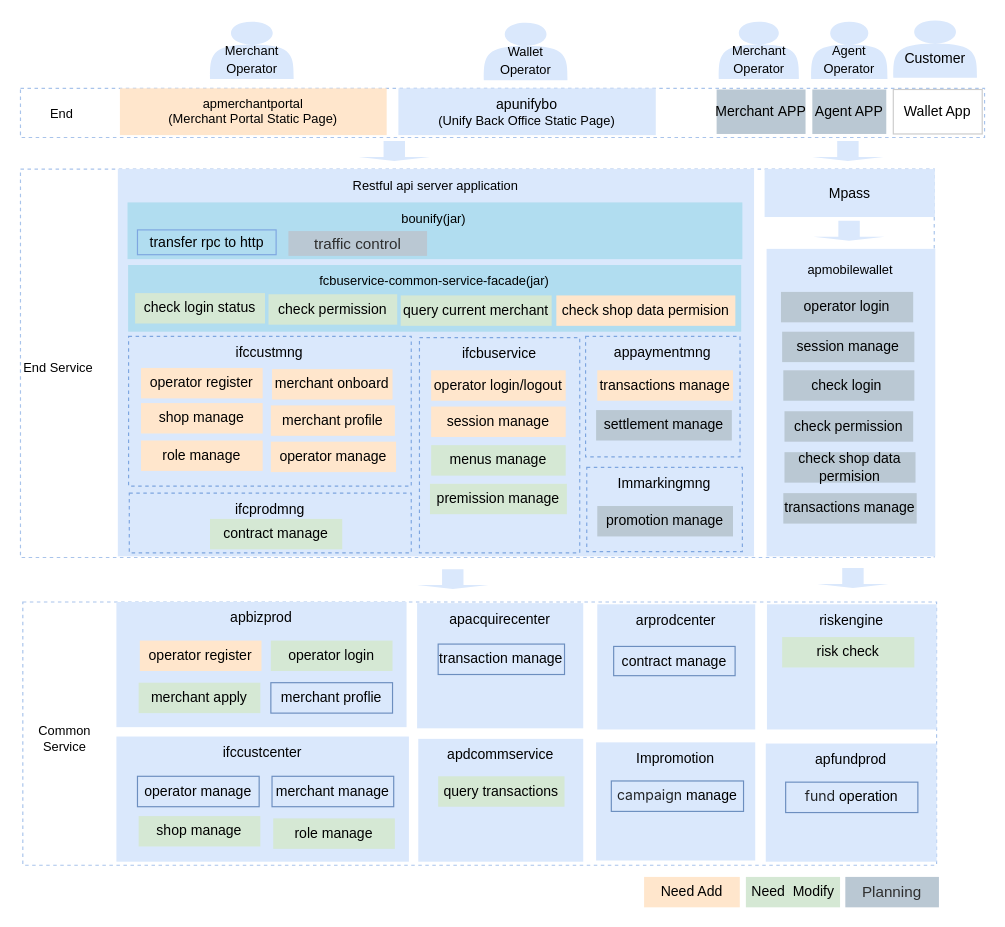
renqiuming/drawio keeps this draw.io diagram as page "架构图" (1 of 5) of Merchant portal.drawio. Above is the earlier version. Source tidied: cells renumbered, new cells numbered last; positions are measured from the earlier drawing's top-left corner, leaving out a move shared by most shapes. Both pictures are drawn from the tidied source at 117%, with x=0, y=0 at pixel (20, 20).
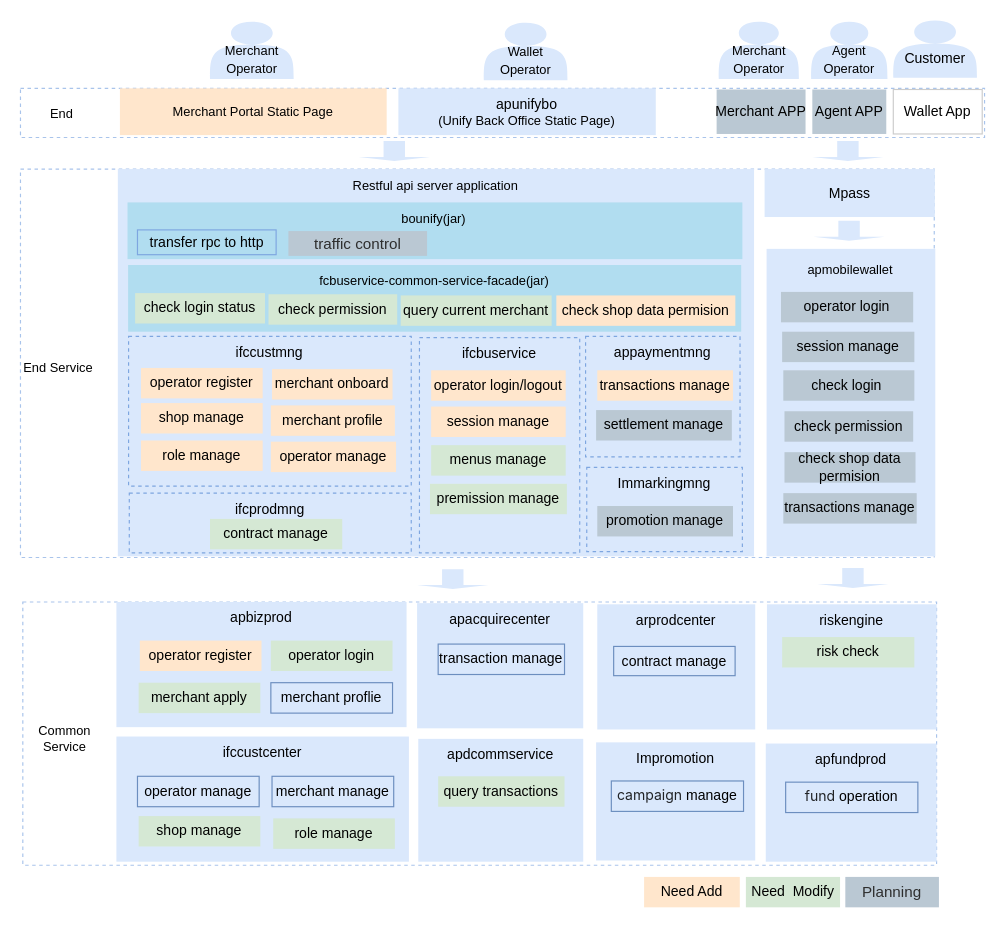
Above is the later version.

The edit, as a diff of the source:
```diff
@@
-    <mxCell id="13" value="&lt;div style=&quot;font-size: 11px;&quot;&gt;&lt;font style=&quot;font-size: 11px;&quot;&gt;apmerchantportal&lt;br style=&quot;font-size: 11px;&quot;&gt;&lt;/font&gt;&lt;/div&gt;&lt;div style=&quot;font-size: 11px;&quot;&gt;&lt;font style=&quot;font-size: 11px;&quot;&gt;(Merchant Portal Static Page)&lt;/font&gt;&lt;br&gt;&lt;/div&gt;" style="rounded=0;whiteSpace=wrap;html=1;fillColor=#ffe6cc;strokeColor=none;verticalAlign=top;align=center;" parent="1" vertex="1">
+    <mxCell id="13" value="&lt;div style=&quot;font-size: 11px;&quot;&gt;&lt;span style=&quot;background-color: initial;&quot;&gt;Merchant Portal Static Page&lt;/span&gt;&lt;br&gt;&lt;/div&gt;" style="rounded=0;whiteSpace=wrap;html=1;fillColor=#ffe6cc;strokeColor=none;verticalAlign=middle;align=center;" parent="1" vertex="1">
       <mxGeometry x="85" y="58" width="228" height="40" as="geometry" />
     </mxCell>
```
